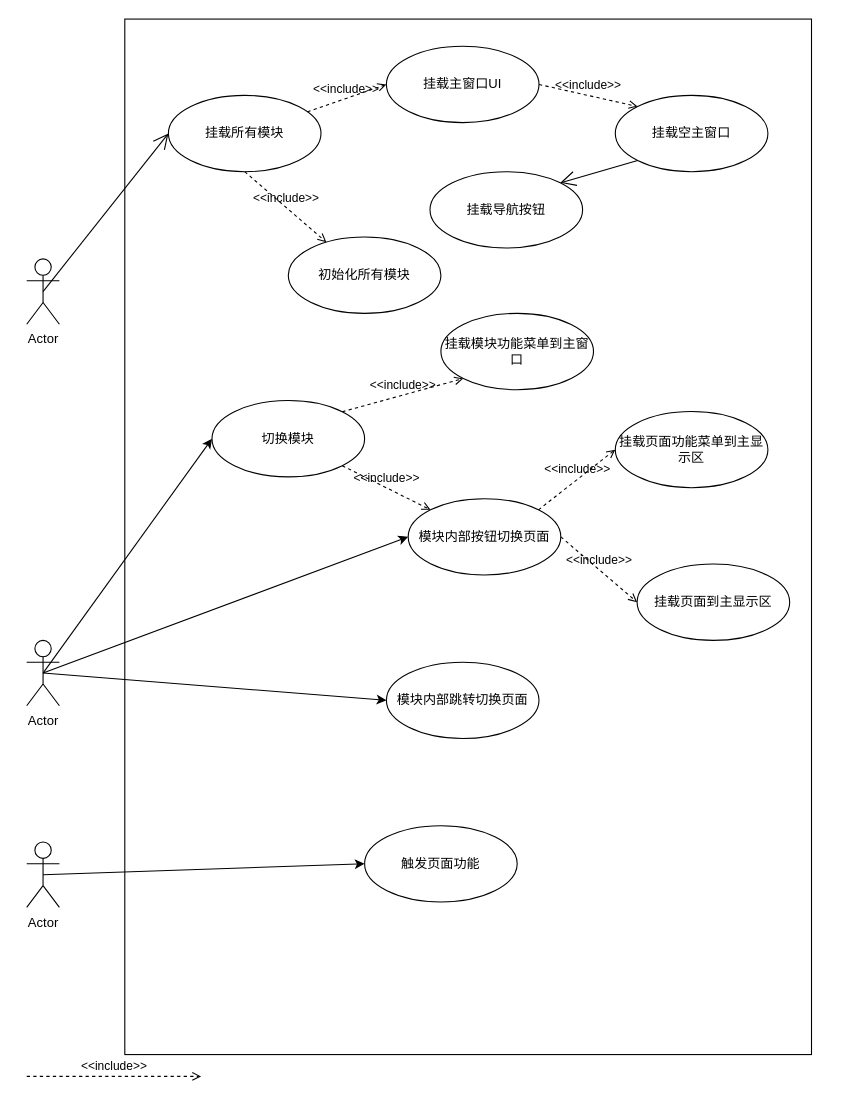
chenminchn/UML keeps this draw.io diagram as 用例图.drawio.xml. Above is the earlier version. Source tidied: cells renumbered, new cells numbered last; positions are measured from the earlier drawing's top-left corner, leaving out a move shared by most shapes. Both pictures are drawn from the tidied source at 109%, with x=0, y=0 at pixel (26, 19).
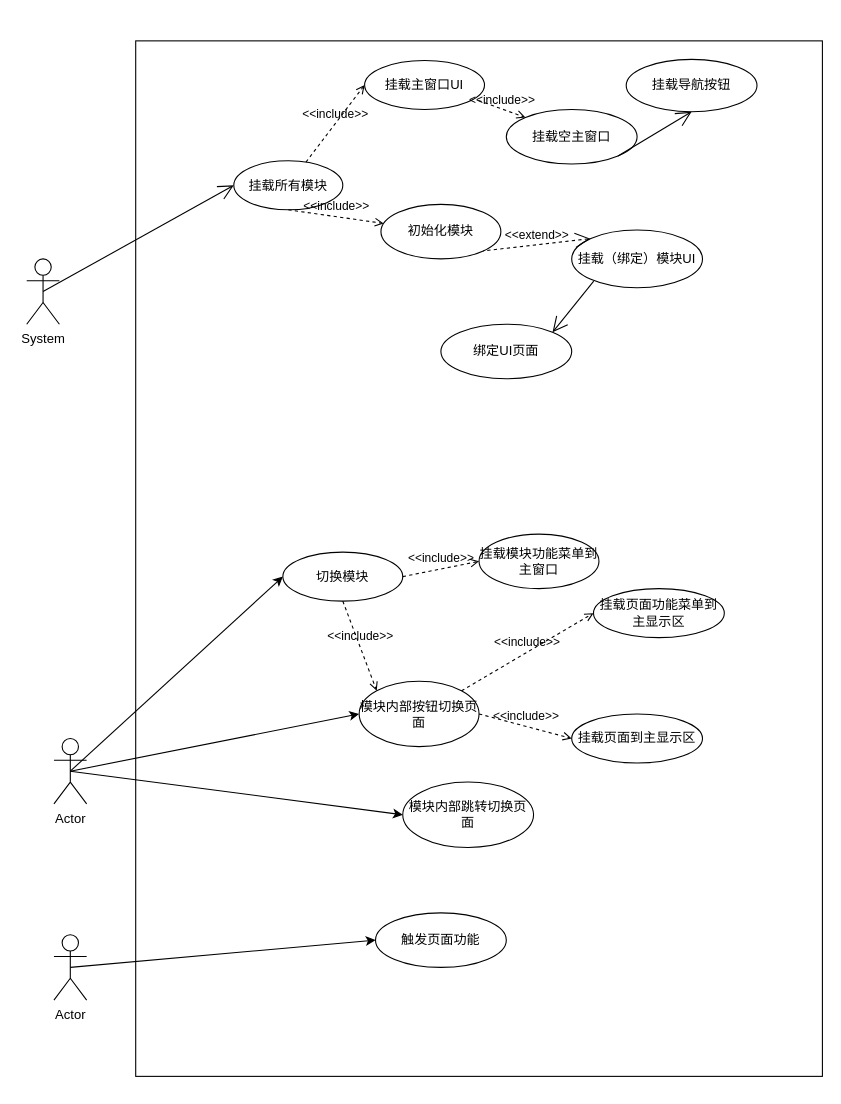
The same page after the edit.

Change to the diagram source:
```diff
@@
     <mxCell id="2" style="rounded=0;whiteSpace=wrap;html=1;" parent="1" vertex="1">
-      <mxGeometry x="90" width="630" height="950" as="geometry" />
+      <mxGeometry x="100" y="20" width="630" height="950" as="geometry" />
     </mxCell>
@@
     <mxCell id="6" value="Actor" style="shape=umlActor;verticalLabelPosition=bottom;labelBackgroundColor=#ffffff;verticalAlign=top;html=1;" parent="1" vertex="1">
-      <mxGeometry y="570" width="30" height="60" as="geometry" />
+      <mxGeometry x="25" y="660" width="30" height="60" as="geometry" />
     </mxCell>
     <mxCell id="7" value="切换模块" style="ellipse;whiteSpace=wrap;html=1;" parent="1" vertex="1">
-      <mxGeometry x="170" y="350" width="140" height="70" as="geometry" />
+      <mxGeometry x="235" y="489" width="110" height="45" as="geometry" />
     </mxCell>
     <mxCell id="8" value="模块内部按钮切换页面" style="ellipse;whiteSpace=wrap;html=1;" parent="1" vertex="1">
-      <mxGeometry x="350" y="440" width="140" height="70" as="geometry" />
+      <mxGeometry x="305" y="607.5" width="110" height="60" as="geometry" />
     </mxCell>
-    <mxCell id="9" value="&amp;lt;&amp;lt;include&amp;gt;&amp;gt;" style="edgeStyle=none;html=1;endArrow=open;verticalAlign=bottom;dashed=1;labelBackgroundColor=none;exitX=1;exitY=1;exitDx=0;exitDy=0;entryX=0;entryY=0;entryDx=0;entryDy=0;" parent="1" edge="1" source="7" target="8">
+    <mxCell id="9" value="&amp;lt;&amp;lt;include&amp;gt;&amp;gt;" style="edgeStyle=none;html=1;endArrow=open;verticalAlign=bottom;dashed=1;labelBackgroundColor=none;exitX=0.5;exitY=1;exitDx=0;exitDy=0;entryX=0;entryY=0;entryDx=0;entryDy=0;" parent="1" edge="1" source="7" target="8">
       <mxGeometry relative="1" as="geometry" />
     </mxCell>
@@
     <mxCell id="11" value="Actor" style="shape=umlActor;verticalLabelPosition=bottom;labelBackgroundColor=#ffffff;verticalAlign=top;html=1;" parent="1" vertex="1">
-      <mxGeometry y="755" width="30" height="60" as="geometry" />
+      <mxGeometry x="25" y="840" width="30" height="60" as="geometry" />
     </mxCell>
     <mxCell id="12" value="触发页面功能" style="ellipse;whiteSpace=wrap;html=1;" parent="1" vertex="1">
-      <mxGeometry x="310" y="740" width="140" height="70" as="geometry" />
+      <mxGeometry x="320" y="820" width="120" height="50" as="geometry" />
     </mxCell>
     <mxCell id="13" value="模块内部跳转切换页面" style="ellipse;whiteSpace=wrap;html=1;" parent="1" vertex="1">
-      <mxGeometry x="330" y="590" width="140" height="70" as="geometry" />
+      <mxGeometry x="345" y="700" width="120" height="60" as="geometry" />
     </mxCell>
-    <mxCell id="14" value="Actor" style="shape=umlActor;verticalLabelPosition=bottom;labelBackgroundColor=#ffffff;verticalAlign=top;html=1;" parent="1" vertex="1">
+    <mxCell id="14" value="System" style="shape=umlActor;verticalLabelPosition=bottom;labelBackgroundColor=#ffffff;verticalAlign=top;html=1;" parent="1" vertex="1">
       <mxGeometry y="220" width="30" height="60" as="geometry" />
     </mxCell>
     <mxCell id="15" value="挂载所有模块" style="ellipse;whiteSpace=wrap;html=1;" parent="1" vertex="1">
-      <mxGeometry x="130" y="70" width="140" height="70" as="geometry" />
+      <mxGeometry x="190" y="130" width="100" height="45" as="geometry" />
     </mxCell>
@@
     <mxCell id="18" value="挂载主窗口UI" style="ellipse;whiteSpace=wrap;html=1;" parent="1" vertex="1">
-      <mxGeometry x="330" y="25" width="140" height="70" as="geometry" />
+      <mxGeometry x="310" y="38" width="110" height="45" as="geometry" />
     </mxCell>
-    <mxCell id="19" value="初始化所有模块" style="ellipse;whiteSpace=wrap;html=1;" parent="1" vertex="1">
-      <mxGeometry x="240" y="200" width="140" height="70" as="geometry" />
+    <mxCell id="19" value="初始化模块" style="ellipse;whiteSpace=wrap;html=1;" parent="1" vertex="1">
+      <mxGeometry x="325" y="170" width="110" height="50" as="geometry" />
     </mxCell>
@@
-    <mxCell id="21" value="&amp;lt;&amp;lt;include&amp;gt;&amp;gt;" style="edgeStyle=none;html=1;endArrow=open;verticalAlign=bottom;dashed=1;labelBackgroundColor=none;" parent="1" edge="1">
-      <mxGeometry relative="1" as="geometry">
-        <mxPoint y="970" as="sourcePoint" />
-        <mxPoint x="160" y="970" as="targetPoint" />
-      </mxGeometry>
-    </mxCell>
     <mxCell id="22" value="挂载导航按钮" style="ellipse;whiteSpace=wrap;html=1;" parent="1" vertex="1">
-      <mxGeometry x="370" y="140" width="140" height="70" as="geometry" />
+      <mxGeometry x="550" y="37" width="120" height="48" as="geometry" />
     </mxCell>
     <mxCell id="23" value="挂载模块功能菜单到主窗口" style="ellipse;whiteSpace=wrap;html=1;" parent="1" vertex="1">
-      <mxGeometry x="380" y="270" width="140" height="70" as="geometry" />
+      <mxGeometry x="415" y="472.5" width="110" height="50" as="geometry" />
     </mxCell>
-    <mxCell id="24" value="&amp;lt;&amp;lt;include&amp;gt;&amp;gt;" style="edgeStyle=none;html=1;endArrow=open;verticalAlign=bottom;dashed=1;labelBackgroundColor=none;exitX=1;exitY=0;exitDx=0;exitDy=0;entryX=0;entryY=1;entryDx=0;entryDy=0;" parent="1" edge="1" source="7" target="23">
+    <mxCell id="24" value="&amp;lt;&amp;lt;include&amp;gt;&amp;gt;" style="edgeStyle=none;html=1;endArrow=open;verticalAlign=bottom;dashed=1;labelBackgroundColor=none;exitX=1;exitY=0.5;exitDx=0;exitDy=0;entryX=0;entryY=0.5;entryDx=0;entryDy=0;" parent="1" edge="1" source="7" target="23">
       <mxGeometry relative="1" as="geometry" />
     </mxCell>
     <mxCell id="25" value="挂载页面功能菜单到主显示区" style="ellipse;whiteSpace=wrap;html=1;" parent="1" vertex="1">
-      <mxGeometry x="540" y="360" width="140" height="70" as="geometry" />
+      <mxGeometry x="520" y="522.5" width="120" height="45" as="geometry" />
     </mxCell>
@@
     <mxCell id="27" value="挂载空主窗口" style="ellipse;whiteSpace=wrap;html=1;" parent="1" vertex="1">
-      <mxGeometry x="540" y="70" width="140" height="70" as="geometry" />
+      <mxGeometry x="440" y="83" width="120" height="50" as="geometry" />
     </mxCell>
-    <mxCell id="28" value="&amp;lt;&amp;lt;include&amp;gt;&amp;gt;" style="edgeStyle=none;html=1;endArrow=open;verticalAlign=bottom;dashed=1;labelBackgroundColor=none;entryX=0;entryY=0;entryDx=0;entryDy=0;exitX=1;exitY=0.5;exitDx=0;exitDy=0;" parent="1" edge="1" source="18" target="27">
+    <mxCell id="28" value="&amp;lt;&amp;lt;include&amp;gt;&amp;gt;" style="edgeStyle=none;html=1;endArrow=open;verticalAlign=bottom;dashed=1;labelBackgroundColor=none;entryX=0;entryY=0;entryDx=0;entryDy=0;exitX=0.95;exitY=0.814;exitDx=0;exitDy=0;exitPerimeter=0;" parent="1" edge="1" source="18" target="27">
       <mxGeometry relative="1" as="geometry" />
     </mxCell>
-    <mxCell id="29" style="endArrow=open;endFill=1;endSize=12;html=1;exitX=0;exitY=1;exitDx=0;exitDy=0;entryX=1;entryY=0;entryDx=0;entryDy=0;" parent="1" edge="1" source="27" target="22">
+    <mxCell id="29" style="endArrow=open;endFill=1;endSize=12;html=1;exitX=1;exitY=1;exitDx=0;exitDy=0;entryX=0.5;entryY=1;entryDx=0;entryDy=0;" parent="1" edge="1" source="27" target="22">
       <mxGeometry relative="1" as="geometry" />
     </mxCell>
     <mxCell id="30" value="挂载页面到主显示区" style="ellipse;whiteSpace=wrap;html=1;" parent="1" vertex="1">
-      <mxGeometry x="560" y="500" width="140" height="70" as="geometry" />
+      <mxGeometry x="500" y="637.5" width="120" height="45" as="geometry" />
     </mxCell>
@@
+    <mxCell id="32" value="挂载（绑定）模块UI" style="ellipse;whiteSpace=wrap;html=1;" parent="1" vertex="1">
+      <mxGeometry x="500" y="193.5" width="120" height="53" as="geometry" />
+    </mxCell>
+    <mxCell id="33" value="&amp;lt;&amp;lt;extend&amp;gt;&amp;gt;" style="edgeStyle=none;html=1;startArrow=open;endArrow=none;startSize=12;verticalAlign=bottom;dashed=1;labelBackgroundColor=none;entryX=1;entryY=1;entryDx=0;entryDy=0;exitX=0;exitY=0;exitDx=0;exitDy=0;" parent="1" edge="1" source="32" target="19">
+      <mxGeometry relative="1" as="geometry" />
+    </mxCell>
+    <mxCell id="34" value="绑定UI页面" style="ellipse;whiteSpace=wrap;html=1;" parent="1" vertex="1">
+      <mxGeometry x="380" y="280" width="120" height="50" as="geometry" />
+    </mxCell>
+    <mxCell id="35" style="endArrow=open;endFill=1;endSize=12;html=1;entryX=1;entryY=0;entryDx=0;entryDy=0;exitX=0.667;exitY=0.232;exitDx=0;exitDy=0;exitPerimeter=0;" parent="1" edge="1" source="2" target="34">
+      <mxGeometry relative="1" as="geometry" />
+    </mxCell>
```
